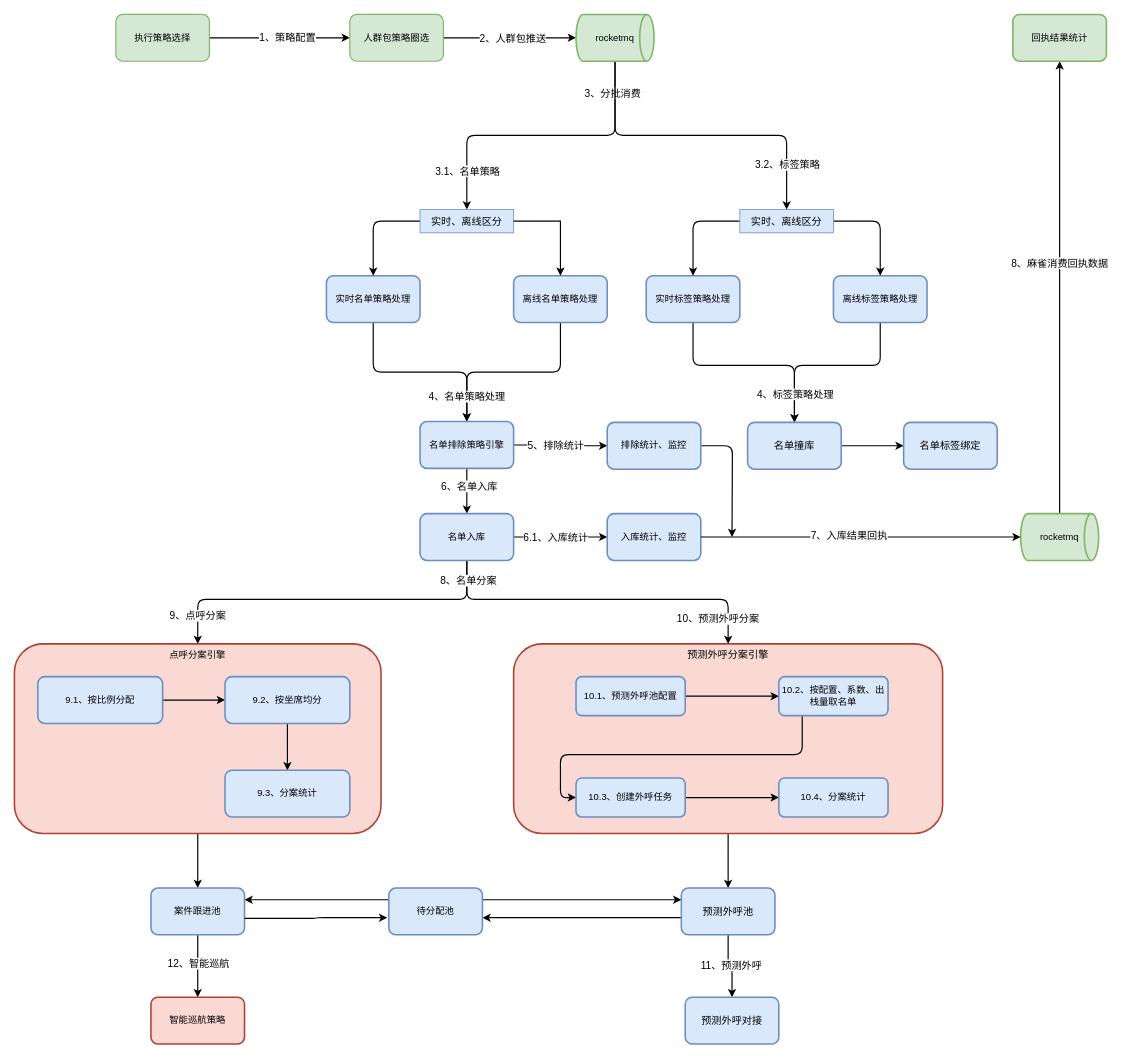
The draw.io diagram 电销系统运行架构图.drawio in yuanlj-tea/picgo, before the edit. Source tidied: cells renumbered, new cells numbered last; positions are measured from the earlier drawing's top-left corner, leaving out a move shared by most shapes. Both pictures are drawn from the tidied source at 78%, with x=0, y=0 at pixel (14, 14).
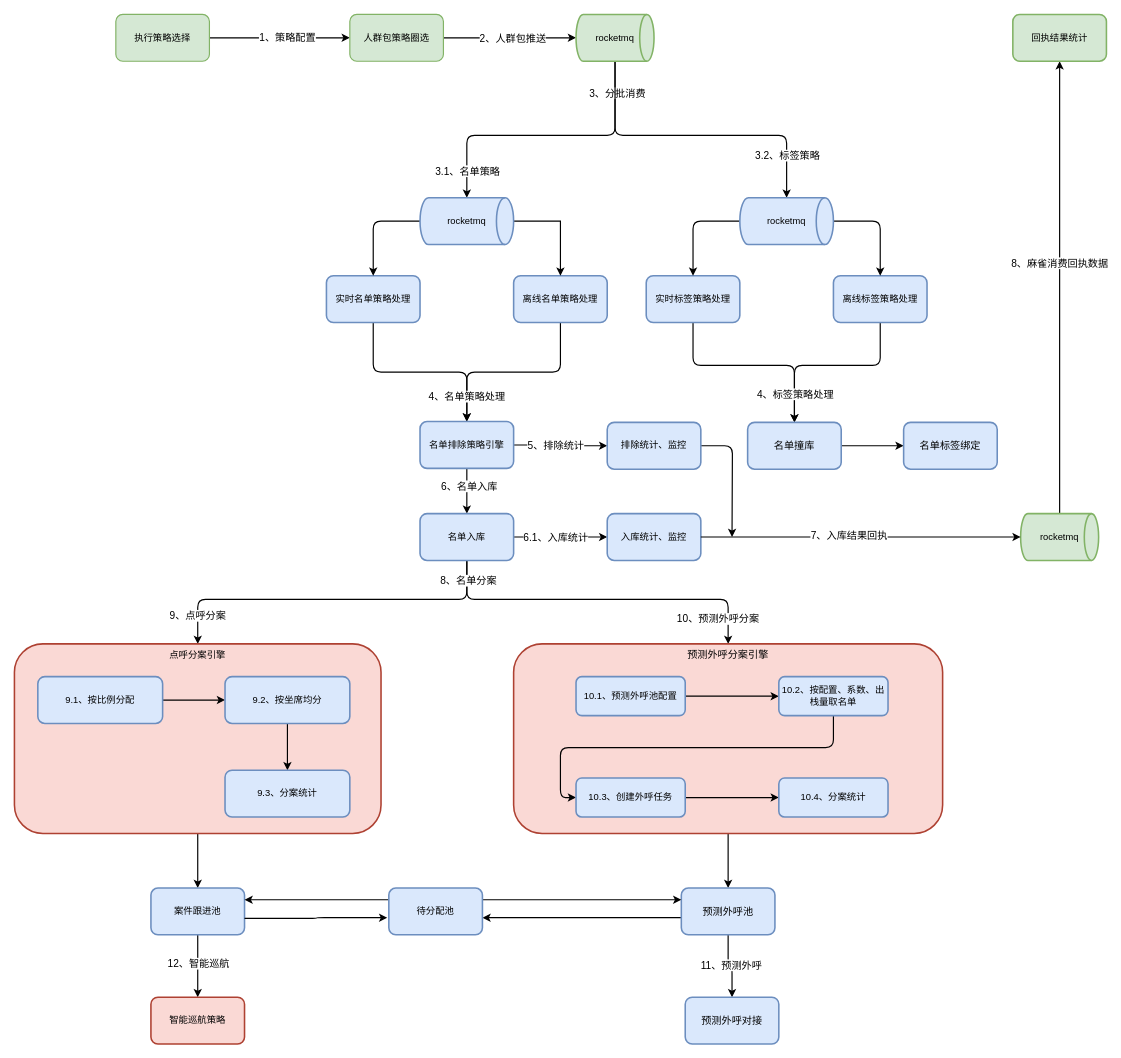
The same page after the edit.

Commit message (it also covers changes not shown here):
更新电销系统运行架构图.drawio

Unchanged cells that the change refers to:
```xml
<mxCell id="12" value="rocketmq" style="strokeWidth=2;html=1;shape=mxgraph.flowchart.direct_data;whiteSpace=wrap;rounded=1;strokeColor=#82b366;align=center;verticalAlign=middle;fontFamily=Helvetica;fontSize=12;fillColor=#d5e8d4;" parent="1" vertex="1">
  <mxGeometry x="720" width="100" height="60" as="geometry" />
</mxCell>
<mxCell id="15" value="实时名单策略处理" style="whiteSpace=wrap;html=1;fillColor=#dae8fc;strokeColor=#6c8ebf;strokeWidth=2;rounded=1;" parent="1" vertex="1">
  <mxGeometry x="400" y="335" width="120" height="60" as="geometry" />
</mxCell>
<mxCell id="18" value="离线名单策略处理" style="whiteSpace=wrap;html=1;fillColor=#dae8fc;strokeColor=#6c8ebf;strokeWidth=2;rounded=1;" parent="1" vertex="1">
  <mxGeometry x="640" y="335" width="120" height="60" as="geometry" />
</mxCell>
<mxCell id="20" value="离线标签策略处理" style="whiteSpace=wrap;html=1;fillColor=#dae8fc;strokeColor=#6c8ebf;strokeWidth=2;rounded=1;" parent="1" vertex="1">
  <mxGeometry x="1050" y="335" width="120" height="60" as="geometry" />
</mxCell>
<mxCell id="26" value="实时标签策略处理" style="whiteSpace=wrap;html=1;fillColor=#dae8fc;strokeColor=#6c8ebf;strokeWidth=2;rounded=1;" parent="1" vertex="1">
  <mxGeometry x="810" y="335" width="120" height="60" as="geometry" />
</mxCell>
<mxCell id="77" value="10.2、按配置、系数、出栈量取名单" style="whiteSpace=wrap;html=1;fillColor=#dae8fc;strokeColor=#6c8ebf;strokeWidth=2;rounded=1;" parent="1" vertex="1">
  <mxGeometry x="980" y="849" width="140" height="50" as="geometry" />
</mxCell>
<mxCell id="79" value="10.3、创建外呼任务" style="whiteSpace=wrap;html=1;fillColor=#dae8fc;strokeColor=#6c8ebf;strokeWidth=2;rounded=1;" parent="1" vertex="1">
  <mxGeometry x="720" y="979" width="140" height="50" as="geometry" />
</mxCell>
```

Change to the diagram source:
```diff
@@
-    <mxCell id="8" style="edgeStyle=orthogonalEdgeStyle;shape=connector;rounded=1;jettySize=auto;html=1;labelBackgroundColor=default;strokeColor=default;strokeWidth=1.5;align=center;verticalAlign=middle;fontFamily=Helvetica;fontSize=12;fontColor=default;endArrow=classic;entryX=0.5;entryY=0;entryDx=0;entryDy=0;" parent="1" edge="1" source="12" target="22">
+    <mxCell id="8" style="edgeStyle=orthogonalEdgeStyle;shape=connector;rounded=1;jettySize=auto;html=1;labelBackgroundColor=default;strokeColor=default;strokeWidth=1.5;align=center;verticalAlign=middle;fontFamily=Helvetica;fontSize=12;fontColor=default;endArrow=classic;entryX=0.5;entryY=0;entryDx=0;entryDy=0;entryPerimeter=0;" parent="1" edge="1" source="12" target="84">
       <mxGeometry relative="1" as="geometry">
         <Array as="points">
           <mxPoint x="770" y="155" />
           <mxPoint x="580" y="155" />
         </Array>
       </mxGeometry>
     </mxCell>
@@
-    <mxCell id="10" style="edgeStyle=orthogonalEdgeStyle;shape=connector;rounded=1;jettySize=auto;html=1;labelBackgroundColor=default;strokeColor=default;strokeWidth=1.5;align=center;verticalAlign=middle;fontFamily=Helvetica;fontSize=12;fontColor=default;endArrow=classic;entryX=0.5;entryY=0;entryDx=0;entryDy=0;" parent="1" edge="1" source="12" target="29">
+    <mxCell id="10" style="edgeStyle=orthogonalEdgeStyle;shape=connector;rounded=1;jettySize=auto;html=1;labelBackgroundColor=default;strokeColor=default;strokeWidth=1.5;align=center;verticalAlign=middle;fontFamily=Helvetica;fontSize=12;fontColor=default;endArrow=classic;entryX=0.5;entryY=0;entryDx=0;entryDy=0;entryPerimeter=0;" parent="1" edge="1" source="12" target="85">
       <mxGeometry relative="1" as="geometry">
         <Array as="points">
           <mxPoint x="770" y="155" />
           <mxPoint x="990" y="155" />
         </Array>
       </mxGeometry>
     </mxCell>
@@
-    <mxCell id="21" style="edgeStyle=orthogonalEdgeStyle;shape=connector;rounded=1;jettySize=auto;html=1;entryX=0.5;entryY=0;entryDx=0;entryDy=0;labelBackgroundColor=default;strokeColor=default;strokeWidth=1.5;align=center;verticalAlign=middle;fontFamily=Helvetica;fontSize=13;fontColor=default;endArrow=classic;" parent="1" edge="1" source="22" target="15">
+    <mxCell id="21" style="edgeStyle=orthogonalEdgeStyle;shape=connector;rounded=1;jettySize=auto;html=1;entryX=0.5;entryY=0;entryDx=0;entryDy=0;labelBackgroundColor=default;strokeColor=default;strokeWidth=1.5;align=center;verticalAlign=middle;fontFamily=Helvetica;fontSize=13;fontColor=default;endArrow=classic;" parent="1" edge="1" target="15">
       <mxGeometry relative="1" as="geometry">
+        <mxPoint x="520" y="265" as="sourcePoint" />
         <Array as="points">
           <mxPoint x="460" y="265" />
         </Array>
       </mxGeometry>
     </mxCell>
-    <mxCell id="22" value="实时、离线区分" style="rounded=0;whiteSpace=wrap;html=1;labelBackgroundColor=none;align=center;verticalAlign=middle;fontFamily=Helvetica;fontSize=13;fillColor=#dae8fc;strokeColor=#6c8ebf;" parent="1" vertex="1">
-      <mxGeometry x="520" y="250" width="120" height="30" as="geometry" />
-    </mxCell>
-    <mxCell id="23" style="edgeStyle=orthogonalEdgeStyle;shape=connector;rounded=0;jettySize=auto;html=1;entryX=0.5;entryY=0;entryDx=0;entryDy=0;labelBackgroundColor=default;strokeColor=default;strokeWidth=1.5;align=center;verticalAlign=middle;fontFamily=Helvetica;fontSize=13;fontColor=default;endArrow=classic;" parent="1" edge="1" source="22" target="18">
+    <mxCell id="23" style="edgeStyle=orthogonalEdgeStyle;shape=connector;rounded=0;jettySize=auto;html=1;entryX=0.5;entryY=0;entryDx=0;entryDy=0;labelBackgroundColor=default;strokeColor=default;strokeWidth=1.5;align=center;verticalAlign=middle;fontFamily=Helvetica;fontSize=13;fontColor=default;endArrow=classic;" parent="1" edge="1" target="18">
       <mxGeometry relative="1" as="geometry">
+        <mxPoint x="640" y="265" as="sourcePoint" />
         <Array as="points">
           <mxPoint x="700" y="265" />
         </Array>
       </mxGeometry>
     </mxCell>
@@
-    <mxCell id="27" style="edgeStyle=orthogonalEdgeStyle;shape=connector;rounded=1;jettySize=auto;html=1;entryX=0.5;entryY=0;entryDx=0;entryDy=0;labelBackgroundColor=default;strokeColor=default;strokeWidth=1.5;align=center;verticalAlign=middle;fontFamily=Helvetica;fontSize=13;fontColor=default;endArrow=classic;" parent="1" edge="1" source="29" target="26">
+    <mxCell id="27" style="edgeStyle=orthogonalEdgeStyle;shape=connector;rounded=1;jettySize=auto;html=1;entryX=0.5;entryY=0;entryDx=0;entryDy=0;labelBackgroundColor=default;strokeColor=default;strokeWidth=1.5;align=center;verticalAlign=middle;fontFamily=Helvetica;fontSize=13;fontColor=default;endArrow=classic;" parent="1" edge="1" target="26">
       <mxGeometry relative="1" as="geometry">
+        <mxPoint x="930" y="265" as="sourcePoint" />
         <Array as="points">
           <mxPoint x="870" y="265" />
         </Array>
       </mxGeometry>
     </mxCell>
-    <mxCell id="28" style="edgeStyle=orthogonalEdgeStyle;shape=connector;rounded=1;jettySize=auto;html=1;entryX=0.5;entryY=0;entryDx=0;entryDy=0;labelBackgroundColor=default;strokeColor=default;strokeWidth=1.5;align=center;verticalAlign=middle;fontFamily=Helvetica;fontSize=13;fontColor=default;endArrow=classic;" parent="1" edge="1" source="29" target="20">
+    <mxCell id="28" style="edgeStyle=orthogonalEdgeStyle;shape=connector;rounded=1;jettySize=auto;html=1;entryX=0.5;entryY=0;entryDx=0;entryDy=0;labelBackgroundColor=default;strokeColor=default;strokeWidth=1.5;align=center;verticalAlign=middle;fontFamily=Helvetica;fontSize=13;fontColor=default;endArrow=classic;" parent="1" edge="1" target="20">
       <mxGeometry relative="1" as="geometry">
+        <mxPoint x="1050" y="265" as="sourcePoint" />
         <Array as="points">
           <mxPoint x="1110" y="265" />
         </Array>
       </mxGeometry>
     </mxCell>
-    <mxCell id="29" value="实时、离线区分" style="rounded=0;whiteSpace=wrap;html=1;labelBackgroundColor=none;align=center;verticalAlign=middle;fontFamily=Helvetica;fontSize=13;fillColor=#dae8fc;strokeColor=#6c8ebf;" parent="1" vertex="1">
-      <mxGeometry x="930" y="250" width="120" height="30" as="geometry" />
-    </mxCell>
@@
     <mxCell id="76" style="edgeStyle=orthogonalEdgeStyle;shape=connector;rounded=1;jettySize=auto;html=1;entryX=0;entryY=0.5;entryDx=0;entryDy=0;labelBackgroundColor=default;strokeColor=default;strokeWidth=1.5;align=center;verticalAlign=middle;fontFamily=Helvetica;fontSize=13;fontColor=default;endArrow=classic;" parent="1" edge="1" source="77" target="79">
       <mxGeometry relative="1" as="geometry">
         <Array as="points">
-          <mxPoint x="1010" y="949" />
-          <mxPoint x="700" y="949" />
+          <mxPoint x="1050" y="940" />
+          <mxPoint x="700" y="940" />
           <mxPoint x="700" y="1004" />
         </Array>
       </mxGeometry>
     </mxCell>
@@
+    <mxCell id="84" value="rocketmq" style="strokeWidth=2;html=1;shape=mxgraph.flowchart.direct_data;whiteSpace=wrap;rounded=1;strokeColor=#6c8ebf;align=center;verticalAlign=middle;fontFamily=Helvetica;fontSize=12;fillColor=#dae8fc;" parent="1" vertex="1">
+      <mxGeometry x="520" y="235" width="120" height="60" as="geometry" />
+    </mxCell>
+    <mxCell id="85" value="rocketmq" style="strokeWidth=2;html=1;shape=mxgraph.flowchart.direct_data;whiteSpace=wrap;rounded=1;strokeColor=#6c8ebf;align=center;verticalAlign=middle;fontFamily=Helvetica;fontSize=12;fillColor=#dae8fc;" parent="1" vertex="1">
+      <mxGeometry x="930" y="235" width="120" height="60" as="geometry" />
+    </mxCell>
```
